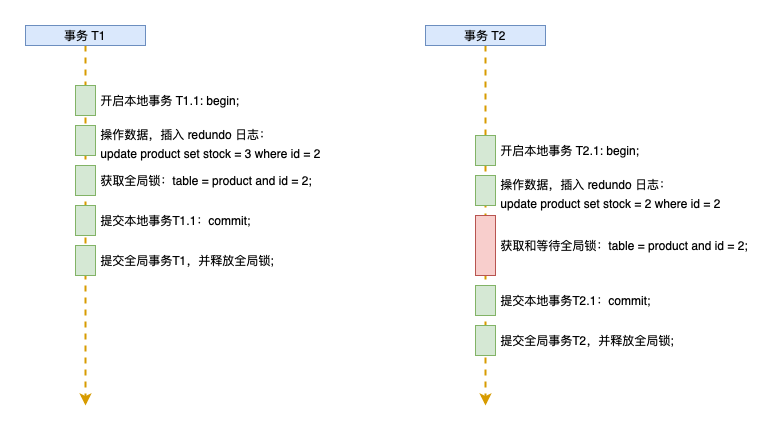
The draw.io diagram static/a2pc/a2pc-concurrent-commit.png in pi-plan/plan, before a commit. Source tidied: cells renumbered, new cells last; positions are measured from the earlier drawing's top-left corner, leaving out a move shared by most shapes. Source of this version:
```xml
<mxGraphModel>
  <root>
    <mxCell id="0" />
    <mxCell id="1" parent="0" />
    <mxCell id="2" style="edgeStyle=orthogonalEdgeStyle;rounded=0;jettySize=auto;html=1;dashed=1;strokeWidth=2;fillColor=#ffe6cc;strokeColor=#d79b00;" parent="1" edge="1" source="3">
      <mxGeometry relative="1" as="geometry">
        <mxPoint x="60" y="380" as="targetPoint" />
      </mxGeometry>
    </mxCell>
    <mxCell id="3" value="事务 T1" style="rounded=0;whiteSpace=wrap;html=1;fillColor=#dae8fc;strokeColor=#6c8ebf;" parent="1" vertex="1">
      <mxGeometry width="120" height="20" as="geometry" />
    </mxCell>
    <mxCell id="4" style="edgeStyle=orthogonalEdgeStyle;rounded=0;jettySize=auto;html=1;dashed=1;strokeWidth=2;fillColor=#ffe6cc;strokeColor=#d79b00;" parent="1" edge="1" source="5">
      <mxGeometry relative="1" as="geometry">
        <mxPoint x="460" y="380" as="targetPoint" />
      </mxGeometry>
    </mxCell>
    <mxCell id="5" value="事务 T2" style="rounded=0;whiteSpace=wrap;html=1;fillColor=#dae8fc;strokeColor=#6c8ebf;" parent="1" vertex="1">
      <mxGeometry x="400" width="120" height="20" as="geometry" />
    </mxCell>
    <mxCell id="6" value="&lt;p style=&quot;line-height: 117%&quot;&gt;&amp;nbsp;开启本地事务 T2.1: begin;&lt;/p&gt;" style="rounded=0;html=1;labelPosition=right;verticalLabelPosition=middle;align=left;verticalAlign=middle;labelBorderColor=none;fillColor=#d5e8d4;strokeColor=#82b366;" parent="1" vertex="1">
      <mxGeometry x="450" y="110" width="20" height="30" as="geometry" />
    </mxCell>
    <mxCell id="7" value=" 获取和等待全局锁：table = product and id = 2;" style="rounded=0;labelPosition=right;verticalLabelPosition=middle;align=left;verticalAlign=middle;labelBorderColor=none;fillColor=#f8cecc;strokeColor=#b85450;" parent="1" vertex="1">
      <mxGeometry x="450" y="190" width="20" height="60" as="geometry" />
    </mxCell>
    <mxCell id="8" value="&lt;p style=&quot;line-height: 117%&quot;&gt;&amp;nbsp;操作数据，插入 redundo 日志：&lt;/p&gt;&lt;p style=&quot;line-height: 0%&quot;&gt;&amp;nbsp;update product set stock = 2 where id = 2&lt;/p&gt;" style="rounded=0;html=1;labelPosition=right;verticalLabelPosition=middle;align=left;verticalAlign=middle;labelBorderColor=none;fillColor=#d5e8d4;strokeColor=#82b366;" parent="1" vertex="1">
      <mxGeometry x="450" y="150" width="20" height="30" as="geometry" />
    </mxCell>
    <mxCell id="9" value="&lt;p style=&quot;line-height: 117%&quot;&gt;&amp;nbsp;提交本地事务T2.1：commit;&lt;/p&gt;" style="rounded=0;html=1;labelPosition=right;verticalLabelPosition=middle;align=left;verticalAlign=middle;labelBorderColor=none;fillColor=#d5e8d4;strokeColor=#82b366;" parent="1" vertex="1">
      <mxGeometry x="450" y="260" width="20" height="30" as="geometry" />
    </mxCell>
    <mxCell id="10" value="&lt;p style=&quot;line-height: 117%&quot;&gt;&amp;nbsp;提交全局事务T2，并释放全局锁;&lt;/p&gt;" style="rounded=0;html=1;labelPosition=right;verticalLabelPosition=middle;align=left;verticalAlign=middle;labelBorderColor=none;fillColor=#d5e8d4;strokeColor=#82b366;" parent="1" vertex="1">
      <mxGeometry x="450" y="300" width="20" height="30" as="geometry" />
    </mxCell>
    <mxCell id="11" value="&lt;p style=&quot;line-height: 117%&quot;&gt;&amp;nbsp;开启本地事务 T1.1: begin;&lt;/p&gt;" style="rounded=0;html=1;labelPosition=right;verticalLabelPosition=middle;align=left;verticalAlign=middle;labelBorderColor=none;fillColor=#d5e8d4;strokeColor=#82b366;" parent="1" vertex="1">
      <mxGeometry x="50" y="60" width="20" height="30" as="geometry" />
    </mxCell>
    <mxCell id="12" value="&lt;p style=&quot;line-height: 117%&quot;&gt;&amp;nbsp;操作数据，插入 redundo 日志：&lt;/p&gt;&lt;p style=&quot;line-height: 0%&quot;&gt;&amp;nbsp;update product set stock = 3 where id = 2&lt;br&gt;&lt;/p&gt;" style="rounded=0;html=1;labelPosition=right;verticalLabelPosition=middle;align=left;verticalAlign=middle;labelBorderColor=none;fillColor=#d5e8d4;strokeColor=#82b366;" parent="1" vertex="1">
      <mxGeometry x="50" y="100" width="20" height="30" as="geometry" />
    </mxCell>
    <mxCell id="13" value=" 获取全局锁：table = product and id = 2;" style="rounded=0;labelPosition=right;verticalLabelPosition=middle;align=left;verticalAlign=middle;labelBorderColor=none;fillColor=#d5e8d4;strokeColor=#82b366;" parent="1" vertex="1">
      <mxGeometry x="50" y="140" width="20" height="30" as="geometry" />
    </mxCell>
    <mxCell id="14" value="&lt;p style=&quot;line-height: 117%&quot;&gt;&amp;nbsp;提交本地事务T1.1：commit;&lt;/p&gt;" style="rounded=0;html=1;labelPosition=right;verticalLabelPosition=middle;align=left;verticalAlign=middle;labelBorderColor=none;fillColor=#d5e8d4;strokeColor=#82b366;" parent="1" vertex="1">
      <mxGeometry x="50" y="180" width="20" height="30" as="geometry" />
    </mxCell>
    <mxCell id="15" value="&lt;p style=&quot;line-height: 117%&quot;&gt;&amp;nbsp;提交全局事务T1，并释放全局锁;&lt;/p&gt;" style="rounded=0;html=1;labelPosition=right;verticalLabelPosition=middle;align=left;verticalAlign=middle;labelBorderColor=none;fillColor=#d5e8d4;strokeColor=#82b366;" parent="1" vertex="1">
      <mxGeometry x="50" y="220" width="20" height="30" as="geometry" />
    </mxCell>
  </root>
</mxGraphModel>
```
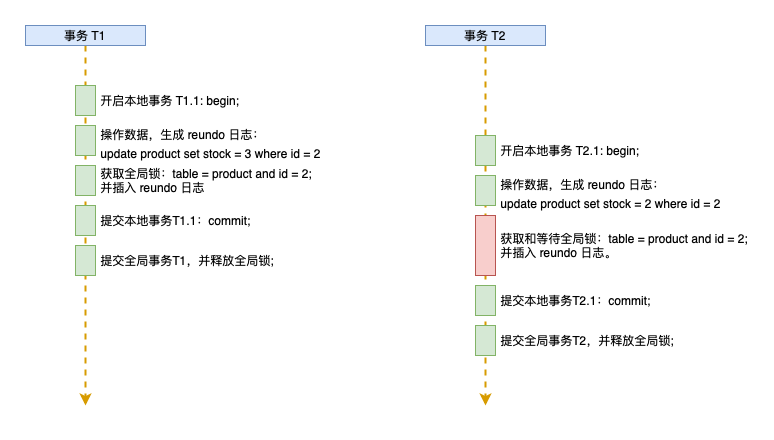
After the commit.

Change to the diagram source:
```diff
@@ -21,10 +21,10 @@
     <mxCell id="6" value="&lt;p style=&quot;line-height: 117%&quot;&gt;&amp;nbsp;开启本地事务 T2.1: begin;&lt;/p&gt;" style="rounded=0;html=1;labelPosition=right;verticalLabelPosition=middle;align=left;verticalAlign=middle;labelBorderColor=none;fillColor=#d5e8d4;strokeColor=#82b366;" parent="1" vertex="1">
       <mxGeometry x="450" y="110" width="20" height="30" as="geometry" />
     </mxCell>
-    <mxCell id="7" value=" 获取和等待全局锁：table = product and id = 2;" style="rounded=0;labelPosition=right;verticalLabelPosition=middle;align=left;verticalAlign=middle;labelBorderColor=none;fillColor=#f8cecc;strokeColor=#b85450;" parent="1" vertex="1">
+    <mxCell id="7" value=" 获取和等待全局锁：table = product and id = 2;&#10; 并插入 reundo 日志。" style="rounded=0;labelPosition=right;verticalLabelPosition=middle;align=left;verticalAlign=middle;labelBorderColor=none;fillColor=#f8cecc;strokeColor=#b85450;" parent="1" vertex="1">
       <mxGeometry x="450" y="190" width="20" height="60" as="geometry" />
     </mxCell>
-    <mxCell id="8" value="&lt;p style=&quot;line-height: 117%&quot;&gt;&amp;nbsp;操作数据，插入 redundo 日志：&lt;/p&gt;&lt;p style=&quot;line-height: 0%&quot;&gt;&amp;nbsp;update product set stock = 2 where id = 2&lt;/p&gt;" style="rounded=0;html=1;labelPosition=right;verticalLabelPosition=middle;align=left;verticalAlign=middle;labelBorderColor=none;fillColor=#d5e8d4;strokeColor=#82b366;" parent="1" vertex="1">
+    <mxCell id="8" value="&lt;p style=&quot;line-height: 117%&quot;&gt;&amp;nbsp;操作数据，生成 reundo 日志：&lt;/p&gt;&lt;p style=&quot;line-height: 0%&quot;&gt;&amp;nbsp;update product set stock = 2 where id = 2&lt;/p&gt;" style="rounded=0;html=1;labelPosition=right;verticalLabelPosition=middle;align=left;verticalAlign=middle;labelBorderColor=none;fillColor=#d5e8d4;strokeColor=#82b366;" parent="1" vertex="1">
       <mxGeometry x="450" y="150" width="20" height="30" as="geometry" />
     </mxCell>
     <mxCell id="9" value="&lt;p style=&quot;line-height: 117%&quot;&gt;&amp;nbsp;提交本地事务T2.1：commit;&lt;/p&gt;" style="rounded=0;html=1;labelPosition=right;verticalLabelPosition=middle;align=left;verticalAlign=middle;labelBorderColor=none;fillColor=#d5e8d4;strokeColor=#82b366;" parent="1" vertex="1">
@@ -36,10 +36,10 @@
     <mxCell id="11" value="&lt;p style=&quot;line-height: 117%&quot;&gt;&amp;nbsp;开启本地事务 T1.1: begin;&lt;/p&gt;" style="rounded=0;html=1;labelPosition=right;verticalLabelPosition=middle;align=left;verticalAlign=middle;labelBorderColor=none;fillColor=#d5e8d4;strokeColor=#82b366;" parent="1" vertex="1">
       <mxGeometry x="50" y="60" width="20" height="30" as="geometry" />
     </mxCell>
-    <mxCell id="12" value="&lt;p style=&quot;line-height: 117%&quot;&gt;&amp;nbsp;操作数据，插入 redundo 日志：&lt;/p&gt;&lt;p style=&quot;line-height: 0%&quot;&gt;&amp;nbsp;update product set stock = 3 where id = 2&lt;br&gt;&lt;/p&gt;" style="rounded=0;html=1;labelPosition=right;verticalLabelPosition=middle;align=left;verticalAlign=middle;labelBorderColor=none;fillColor=#d5e8d4;strokeColor=#82b366;" parent="1" vertex="1">
+    <mxCell id="12" value="&lt;p style=&quot;line-height: 117%&quot;&gt;&amp;nbsp;操作数据，生成 reundo 日志：&lt;/p&gt;&lt;p style=&quot;line-height: 0%&quot;&gt;&amp;nbsp;update product set stock = 3 where id = 2&lt;br&gt;&lt;/p&gt;" style="rounded=0;html=1;labelPosition=right;verticalLabelPosition=middle;align=left;verticalAlign=middle;labelBorderColor=none;fillColor=#d5e8d4;strokeColor=#82b366;" parent="1" vertex="1">
       <mxGeometry x="50" y="100" width="20" height="30" as="geometry" />
     </mxCell>
-    <mxCell id="13" value=" 获取全局锁：table = product and id = 2;" style="rounded=0;labelPosition=right;verticalLabelPosition=middle;align=left;verticalAlign=middle;labelBorderColor=none;fillColor=#d5e8d4;strokeColor=#82b366;" parent="1" vertex="1">
+    <mxCell id="13" value=" 获取全局锁：table = product and id = 2; &#10; 并插入 reundo 日志" style="rounded=0;labelPosition=right;verticalLabelPosition=middle;align=left;verticalAlign=middle;labelBorderColor=none;fillColor=#d5e8d4;strokeColor=#82b366;" parent="1" vertex="1">
       <mxGeometry x="50" y="140" width="20" height="30" as="geometry" />
     </mxCell>
     <mxCell id="14" value="&lt;p style=&quot;line-height: 117%&quot;&gt;&amp;nbsp;提交本地事务T1.1：commit;&lt;/p&gt;" style="rounded=0;html=1;labelPosition=right;verticalLabelPosition=middle;align=left;verticalAlign=middle;labelBorderColor=none;fillColor=#d5e8d4;strokeColor=#82b366;" parent="1" vertex="1">
```
